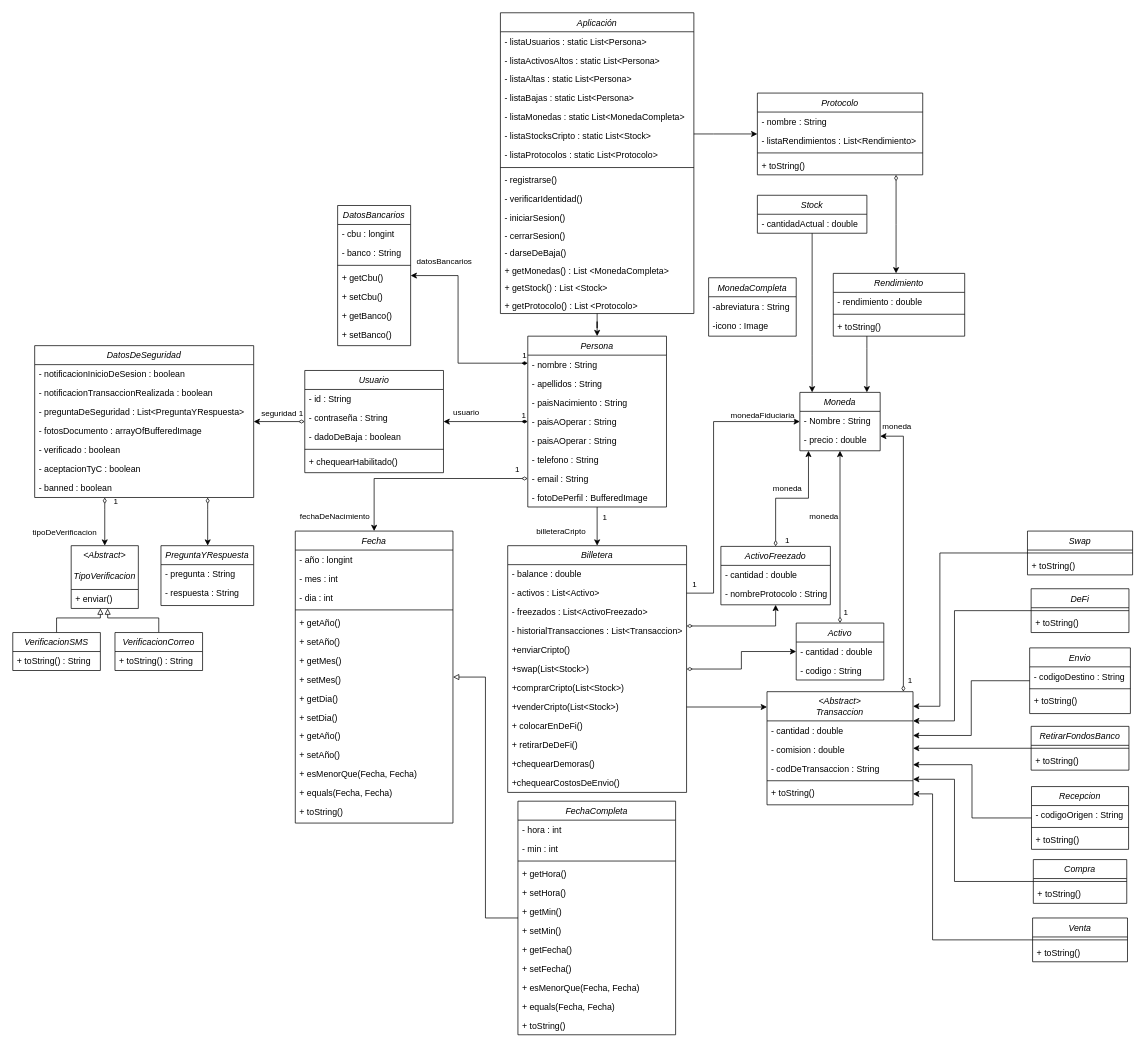
This is Diagrama.drawio from Faus142005/CriptoWallet, a draw.io file, before an edit. Source tidied: cells renumbered, new cells numbered last; positions are measured from the earlier drawing's top-left corner, leaving out a move shared by most shapes. Both pictures are drawn from the tidied source at 73%, with x=0, y=0 at pixel (12, 12).
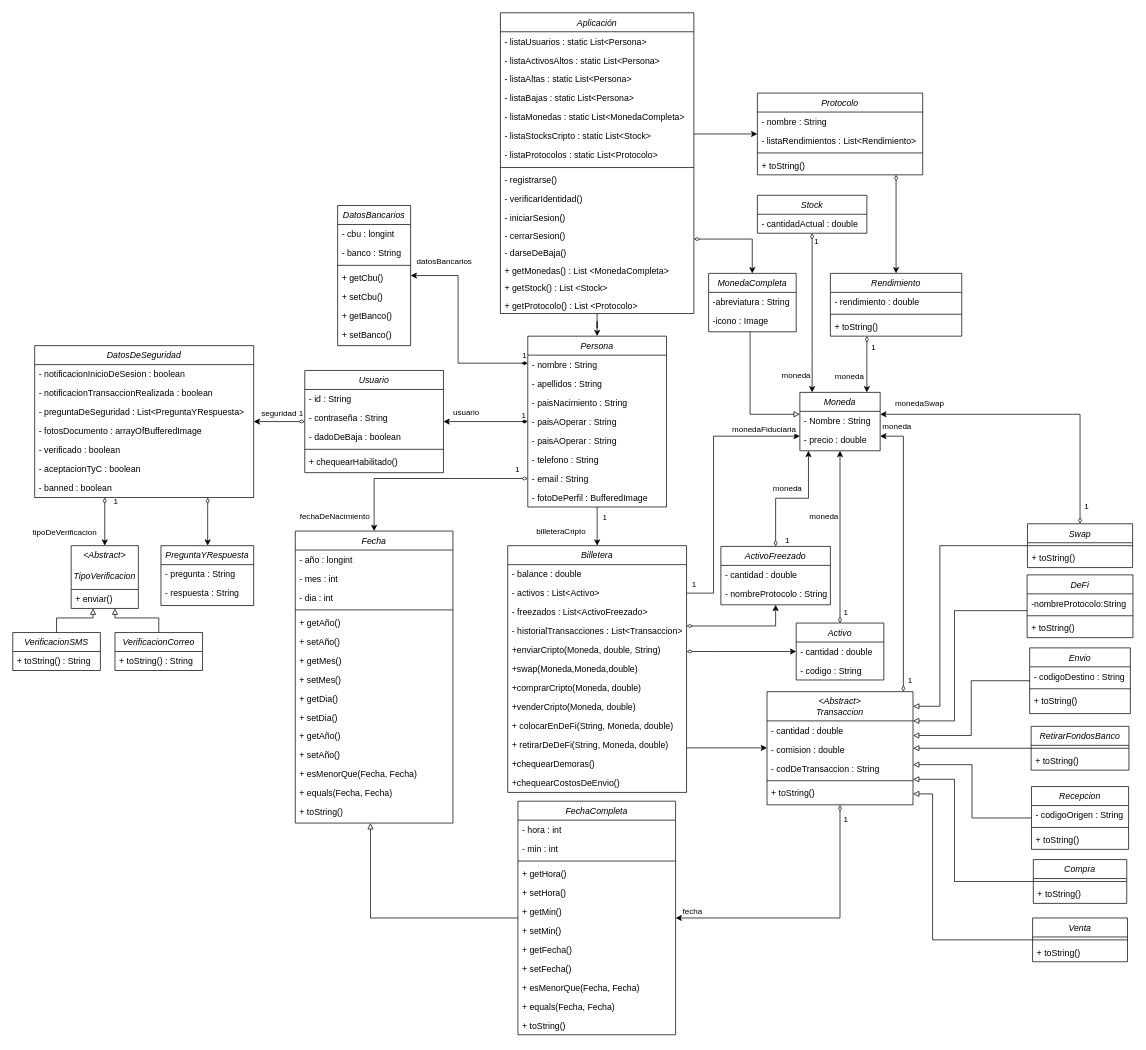
The same page after the edit.

The change refers to these unchanged cells:
```xml
<mxCell id="4" value="Aplicación" style="swimlane;fontStyle=2;align=center;verticalAlign=top;horizontal=1;startSize=26;rounded=0;shadow=0;strokeWidth=1;fontSize=12;" parent="1" vertex="1">
  <mxGeometry x="668" width="265" height="412" as="geometry" />
</mxCell>
<mxCell id="59" value="&lt;Abstract&gt;&#10;&#10;TipoVerificacion" style="swimlane;fontStyle=2;align=center;verticalAlign=top;horizontal=1;startSize=60;rounded=0;shadow=0;strokeWidth=1;fontSize=12;" parent="1" vertex="1">
  <mxGeometry x="80" y="730" width="92" height="86" as="geometry" />
</mxCell>
<mxCell id="62" value="VerificacionSMS" style="swimlane;fontStyle=2;align=center;verticalAlign=top;horizontal=1;startSize=26;rounded=0;shadow=0;strokeWidth=1;fontSize=12;" parent="1" vertex="1">
  <mxGeometry y="849" width="120" height="52" as="geometry" />
</mxCell>
<mxCell id="65" value="VerificacionCorreo" style="swimlane;fontStyle=2;align=center;verticalAlign=top;horizontal=1;startSize=26;rounded=0;shadow=0;strokeWidth=1;fontSize=12;labelBackgroundColor=default;" parent="1" vertex="1">
  <mxGeometry x="140" y="849" width="120" height="52" as="geometry" />
</mxCell>
<mxCell id="67" value="Moneda" style="swimlane;fontStyle=2;align=center;verticalAlign=top;horizontal=1;startSize=26;rounded=0;shadow=0;strokeWidth=1;" parent="1" vertex="1">
  <mxGeometry x="1078.2" y="520" width="110" height="80" as="geometry" />
</mxCell>
<mxCell id="75" value="Billetera" style="swimlane;fontStyle=2;align=center;verticalAlign=top;horizontal=1;startSize=26;rounded=0;shadow=0;strokeWidth=1;fontSize=12;" parent="1" vertex="1">
  <mxGeometry x="678" y="730" width="245" height="338" as="geometry" />
</mxCell>
<mxCell id="77" value="- activos : List&lt;Activo&gt;" style="text;align=left;verticalAlign=top;spacingLeft=4;spacingRight=4;overflow=hidden;points=[[0,0.5],[1,0.5]];portConstraint=eastwest;rounded=0;shadow=0;html=0;fontSize=12;" parent="75" vertex="1">
  <mxGeometry y="52" width="245" height="26" as="geometry" />
</mxCell>
<mxCell id="91" value="Activo" style="swimlane;fontStyle=2;align=center;verticalAlign=top;horizontal=1;startSize=26;rounded=0;shadow=0;strokeWidth=1;" parent="1" vertex="1">
  <mxGeometry x="1073.2" y="836" width="120" height="78" as="geometry" />
</mxCell>
<mxCell id="103" value="&lt;Abstract&gt;&#10;Transaccion" style="swimlane;fontStyle=2;align=center;verticalAlign=top;horizontal=1;startSize=40;rounded=0;shadow=0;strokeWidth=1;fontSize=12;" parent="1" vertex="1">
  <mxGeometry x="1033.2" y="930" width="200" height="155" as="geometry" />
</mxCell>
<mxCell id="109" value="Fecha" style="swimlane;fontStyle=2;align=center;verticalAlign=top;horizontal=1;startSize=26;rounded=0;shadow=0;strokeWidth=1;fontSize=12;" parent="1" vertex="1">
  <mxGeometry x="387" y="710" width="216" height="400" as="geometry" />
</mxCell>
<mxCell id="126" value="FechaCompleta" style="swimlane;fontStyle=2;align=center;verticalAlign=top;horizontal=1;startSize=26;rounded=0;shadow=0;strokeWidth=1;fontSize=12;" parent="1" vertex="1">
  <mxGeometry x="692" y="1080" width="216" height="320" as="geometry" />
</mxCell>
<mxCell id="151" value="Stock" style="swimlane;fontStyle=2;align=center;verticalAlign=top;horizontal=1;startSize=26;rounded=0;shadow=0;strokeWidth=1;fontSize=12;" parent="1" vertex="1">
  <mxGeometry x="1020" y="250" width="150" height="52" as="geometry" />
</mxCell>
<mxCell id="172" value="Compra" style="swimlane;fontStyle=2;align=center;verticalAlign=top;horizontal=1;startSize=26;rounded=0;shadow=0;strokeWidth=1;fontSize=12;" parent="1" vertex="1">
  <mxGeometry x="1398" y="1160" width="128" height="60" as="geometry" />
</mxCell>
<mxCell id="176" value="Venta" style="swimlane;fontStyle=2;align=center;verticalAlign=top;horizontal=1;startSize=26;rounded=0;shadow=0;strokeWidth=1;fontSize=12;" parent="1" vertex="1">
  <mxGeometry x="1397" y="1240" width="130" height="60" as="geometry" />
</mxCell>
<mxCell id="184" value="Envio" style="swimlane;fontStyle=2;align=center;verticalAlign=top;horizontal=1;startSize=26;rounded=0;shadow=0;strokeWidth=1;fontSize=12;" parent="1" vertex="1">
  <mxGeometry x="1393" y="870" width="138" height="90" as="geometry" />
</mxCell>
<mxCell id="189" value="Recepcion" style="swimlane;fontStyle=2;align=center;verticalAlign=top;horizontal=1;startSize=26;rounded=0;shadow=0;strokeWidth=1;fontSize=12;" parent="1" vertex="1">
  <mxGeometry x="1395.5" y="1060" width="133" height="86" as="geometry" />
</mxCell>
<mxCell id="198" value="RetirarFondosBanco" style="swimlane;fontStyle=2;align=center;verticalAlign=top;horizontal=1;startSize=26;rounded=0;shadow=0;strokeWidth=1;fontSize=12;" parent="1" vertex="1">
  <mxGeometry x="1395" y="977.5" width="134" height="60" as="geometry" />
</mxCell>
```

The edit, as a diff of the source:
```diff
@@
+    <mxCell id="201" style="edgeStyle=orthogonalEdgeStyle;rounded=0;jettySize=auto;html=1;startArrow=diamondThin;startFill=0;" parent="1" edge="1" source="4" target="70">
+      <mxGeometry relative="1" as="geometry">
+        <Array as="points">
+          <mxPoint x="1013" y="310" />
+        </Array>
+      </mxGeometry>
+    </mxCell>
@@
     <mxCell id="61" style="edgeStyle=orthogonalEdgeStyle;rounded=0;jettySize=auto;html=1;endArrow=block;endFill=0;" parent="1" edge="1" source="62" target="59">
       <mxGeometry relative="1" as="geometry">
         <Array as="points">
           <mxPoint x="60" y="829" />
-          <mxPoint x="120" y="829" />
+          <mxPoint x="110" y="829" />
         </Array>
       </mxGeometry>
     </mxCell>
@@
     <mxCell id="64" style="edgeStyle=orthogonalEdgeStyle;rounded=0;jettySize=auto;html=1;endArrow=block;endFill=0;" parent="1" edge="1" source="65" target="59">
       <mxGeometry relative="1" as="geometry">
         <Array as="points">
           <mxPoint x="200" y="829" />
-          <mxPoint x="130" y="829" />
+          <mxPoint x="140" y="829" />
         </Array>
       </mxGeometry>
     </mxCell>
@@
+    <mxCell id="202" style="edgeStyle=orthogonalEdgeStyle;rounded=0;jettySize=auto;html=1;endArrow=block;endFill=0;" parent="1" edge="1" source="70" target="67">
+      <mxGeometry relative="1" as="geometry">
+        <Array as="points">
+          <mxPoint x="1010" y="550" />
+        </Array>
+      </mxGeometry>
+    </mxCell>
     <mxCell id="70" value="MonedaCompleta" style="swimlane;fontStyle=2;align=center;verticalAlign=top;horizontal=1;startSize=26;rounded=0;shadow=0;strokeWidth=1;" parent="1" vertex="1">
-      <mxGeometry x="953.2" y="363" width="120" height="80" as="geometry" />
+      <mxGeometry x="953.2" y="357" width="120" height="80" as="geometry" />
     </mxCell>
@@
     <mxCell id="73" style="edgeStyle=orthogonalEdgeStyle;rounded=0;jettySize=auto;html=1;startArrow=diamondThin;startFill=0;" parent="1" edge="1" source="75" target="91">
-      <mxGeometry relative="1" as="geometry" />
+      <mxGeometry relative="1" as="geometry">
+        <Array as="points">
+          <mxPoint x="960" y="875" />
+          <mxPoint x="960" y="875" />
+        </Array>
+      </mxGeometry>
     </mxCell>
@@
-    <mxCell id="80" value="+enviarCripto()" style="text;align=left;verticalAlign=top;spacingLeft=4;spacingRight=4;overflow=hidden;rounded=0;shadow=0;html=0;fontSize=12;" parent="75" vertex="1">
+    <mxCell id="80" value="+enviarCripto(Moneda, double, String)" style="text;align=left;verticalAlign=top;spacingLeft=4;spacingRight=4;overflow=hidden;rounded=0;shadow=0;html=0;fontSize=12;" parent="75" vertex="1">
       <mxGeometry y="130" width="245" height="26" as="geometry" />
     </mxCell>
-    <mxCell id="81" value="+swap(List&lt;Stock&gt;)" style="text;align=left;verticalAlign=top;spacingLeft=4;spacingRight=4;overflow=hidden;rounded=0;shadow=0;html=0;fontSize=12;" parent="75" vertex="1">
+    <mxCell id="81" value="+swap(Moneda,Moneda,double)" style="text;align=left;verticalAlign=top;spacingLeft=4;spacingRight=4;overflow=hidden;rounded=0;shadow=0;html=0;fontSize=12;" parent="75" vertex="1">
       <mxGeometry y="156" width="245" height="26" as="geometry" />
     </mxCell>
-    <mxCell id="82" value="+comprarCripto(List&lt;Stock&gt;)" style="text;align=left;verticalAlign=top;spacingLeft=4;spacingRight=4;overflow=hidden;rounded=0;shadow=0;html=0;fontSize=12;" parent="75" vertex="1">
+    <mxCell id="82" value="+comprarCripto(Moneda, double)" style="text;align=left;verticalAlign=top;spacingLeft=4;spacingRight=4;overflow=hidden;rounded=0;shadow=0;html=0;fontSize=12;" parent="75" vertex="1">
       <mxGeometry y="182" width="245" height="26" as="geometry" />
     </mxCell>
-    <mxCell id="83" value="+venderCripto(List&lt;Stock&gt;)" style="text;align=left;verticalAlign=top;spacingLeft=4;spacingRight=4;overflow=hidden;points=[[0,0.5],[1,0.5]];portConstraint=eastwest;rounded=0;shadow=0;html=0;fontSize=12;" parent="75" vertex="1">
+    <mxCell id="83" value="+venderCripto(Moneda, double)" style="text;align=left;verticalAlign=top;spacingLeft=4;spacingRight=4;overflow=hidden;points=[[0,0.5],[1,0.5]];portConstraint=eastwest;rounded=0;shadow=0;html=0;fontSize=12;" parent="75" vertex="1">
       <mxGeometry y="208" width="245" height="26" as="geometry" />
     </mxCell>
-    <mxCell id="84" value="+ colocarEnDeFi()" style="text;align=left;verticalAlign=top;spacingLeft=4;spacingRight=4;overflow=hidden;rounded=0;shadow=0;html=0;fontSize=12;" parent="75" vertex="1">
+    <mxCell id="84" value="+ colocarEnDeFi(String, Moneda, double)" style="text;align=left;verticalAlign=top;spacingLeft=4;spacingRight=4;overflow=hidden;rounded=0;shadow=0;html=0;fontSize=12;" parent="75" vertex="1">
       <mxGeometry y="234" width="245" height="26" as="geometry" />
     </mxCell>
-    <mxCell id="85" value="+ retirarDeDeFi()" style="text;align=left;verticalAlign=top;spacingLeft=4;spacingRight=4;overflow=hidden;rounded=0;shadow=0;html=0;fontSize=12;" parent="75" vertex="1">
+    <mxCell id="85" value="+ retirarDeDeFi(String, Moneda, double)" style="text;align=left;verticalAlign=top;spacingLeft=4;spacingRight=4;overflow=hidden;rounded=0;shadow=0;html=0;fontSize=12;" parent="75" vertex="1">
       <mxGeometry y="260" width="245" height="26" as="geometry" />
     </mxCell>
@@
+    <mxCell id="203" style="edgeStyle=orthogonalEdgeStyle;rounded=0;jettySize=auto;html=1;startArrow=diamondThin;startFill=0;" parent="1" edge="1" source="103" target="126">
+      <mxGeometry relative="1" as="geometry">
+        <Array as="points">
+          <mxPoint x="1133" y="1240" />
+        </Array>
+      </mxGeometry>
+    </mxCell>
+    <mxCell id="204" value="1" style="edgeLabel;html=1;align=center;verticalAlign=middle;" parent="203" vertex="1">
+      <mxGeometry x="-0.88" y="-1" relative="1" as="geometry">
+        <mxPoint x="8" y="-4" as="offset" />
+      </mxGeometry>
+    </mxCell>
+    <mxCell id="205" value="fecha" style="edgeLabel;html=1;align=center;verticalAlign=middle;" parent="203" vertex="1">
+      <mxGeometry x="0.79" relative="1" as="geometry">
+        <mxPoint x="-18" y="-10" as="offset" />
+      </mxGeometry>
+    </mxCell>
@@
     <mxCell id="125" style="edgeStyle=orthogonalEdgeStyle;rounded=0;jettySize=auto;html=1;endArrow=block;endFill=0;" parent="1" edge="1" source="126" target="109">
-      <mxGeometry relative="1" as="geometry" />
+      <mxGeometry relative="1" as="geometry">
+        <Array as="points">
+          <mxPoint x="490" y="1240" />
+        </Array>
+      </mxGeometry>
     </mxCell>
@@
-    <mxCell id="145" style="edgeStyle=orthogonalEdgeStyle;rounded=0;jettySize=auto;html=1;" parent="1" edge="1" source="146" target="67">
+    <mxCell id="145" style="edgeStyle=orthogonalEdgeStyle;rounded=0;jettySize=auto;html=1;startArrow=diamondThin;startFill=0;" parent="1" edge="1" source="146" target="67">
       <mxGeometry relative="1" as="geometry">
         <Array as="points">
           <mxPoint x="1170" y="460" />
           <mxPoint x="1170" y="460" />
         </Array>
       </mxGeometry>
     </mxCell>
+    <mxCell id="206" value="moneda" style="edgeLabel;html=1;align=center;verticalAlign=middle;" parent="145" vertex="1">
+      <mxGeometry x="-0.22" y="1" relative="1" as="geometry">
+        <mxPoint x="-26" y="24" as="offset" />
+      </mxGeometry>
+    </mxCell>
+    <mxCell id="207" value="1" style="edgeLabel;html=1;align=center;verticalAlign=middle;" parent="145" vertex="1">
+      <mxGeometry x="-0.37" y="1" relative="1" as="geometry">
+        <mxPoint x="7" y="-10" as="offset" />
+      </mxGeometry>
+    </mxCell>
     <mxCell id="146" value="Rendimiento" style="swimlane;fontStyle=2;align=center;verticalAlign=top;horizontal=1;startSize=26;rounded=0;shadow=0;strokeWidth=1;fontSize=12;" parent="1" vertex="1">
-      <mxGeometry x="1124" y="357" width="180" height="86" as="geometry" />
+      <mxGeometry x="1120" y="357" width="180" height="86" as="geometry" />
     </mxCell>
@@
-    <mxCell id="150" style="edgeStyle=orthogonalEdgeStyle;rounded=0;jettySize=auto;html=1;" parent="1" edge="1" source="151" target="67">
+    <mxCell id="150" style="edgeStyle=orthogonalEdgeStyle;rounded=0;jettySize=auto;html=1;startArrow=diamondThin;startFill=0;" parent="1" edge="1" source="151" target="67">
       <mxGeometry relative="1" as="geometry">
         <Array as="points">
           <mxPoint x="1095" y="470" />
           <mxPoint x="1095" y="470" />
         </Array>
       </mxGeometry>
     </mxCell>
+    <mxCell id="208" value="1" style="edgeLabel;html=1;align=center;verticalAlign=middle;" parent="150" vertex="1">
+      <mxGeometry x="-0.67" relative="1" as="geometry">
+        <mxPoint x="5" y="-26" as="offset" />
+      </mxGeometry>
+    </mxCell>
+    <mxCell id="209" value="moneda" style="edgeLabel;html=1;align=center;verticalAlign=middle;" parent="150" vertex="1">
+      <mxGeometry x="0.76" y="-2" relative="1" as="geometry">
+        <mxPoint x="-21" y="2" as="offset" />
+      </mxGeometry>
+    </mxCell>
@@
     <mxCell id="167" style="edgeStyle=orthogonalEdgeStyle;rounded=0;jettySize=auto;html=1;exitX=1;exitY=0.5;exitDx=0;exitDy=0;" parent="1" edge="1" source="77" target="67">
       <mxGeometry relative="1" as="geometry">
         <Array as="points">
           <mxPoint x="960" y="795" />
-          <mxPoint x="960" y="560" />
+          <mxPoint x="960" y="580" />
         </Array>
       </mxGeometry>
     </mxCell>
@@
-    <mxCell id="170" style="edgeStyle=orthogonalEdgeStyle;rounded=0;jettySize=auto;html=1;startArrow=none;startFill=0;" parent="1" edge="1" source="83" target="103">
+    <mxCell id="170" style="edgeStyle=orthogonalEdgeStyle;rounded=0;jettySize=auto;html=1;startArrow=none;startFill=0;" parent="1" edge="1" source="75" target="103">
       <mxGeometry relative="1" as="geometry">
         <Array as="points">
-          <mxPoint x="1139" y="950" />
+          <mxPoint x="950" y="1007" />
+          <mxPoint x="950" y="1007" />
         </Array>
       </mxGeometry>
     </mxCell>
-    <mxCell id="171" style="edgeStyle=orthogonalEdgeStyle;rounded=0;jettySize=auto;html=1;" parent="1" edge="1" source="172" target="103">
+    <mxCell id="171" style="edgeStyle=orthogonalEdgeStyle;rounded=0;jettySize=auto;html=1;endArrow=block;endFill=0;" parent="1" edge="1" source="172" target="103">
       <mxGeometry relative="1" as="geometry">
         <Array as="points">
           <mxPoint x="1290" y="1190" />
           <mxPoint x="1290" y="1050" />
         </Array>
       </mxGeometry>
     </mxCell>
@@
-    <mxCell id="175" style="edgeStyle=orthogonalEdgeStyle;rounded=0;jettySize=auto;html=1;" parent="1" edge="1" source="176" target="103">
+    <mxCell id="175" style="edgeStyle=orthogonalEdgeStyle;rounded=0;jettySize=auto;html=1;endArrow=block;endFill=0;" parent="1" edge="1" source="176" target="103">
       <mxGeometry relative="1" as="geometry">
         <Array as="points">
           <mxPoint x="1260" y="1270" />
           <mxPoint x="1260" y="1070" />
         </Array>
       </mxGeometry>
     </mxCell>
@@
-    <mxCell id="179" style="edgeStyle=orthogonalEdgeStyle;rounded=0;jettySize=auto;html=1;" parent="1" edge="1" source="180" target="103">
+    <mxCell id="179" style="edgeStyle=orthogonalEdgeStyle;rounded=0;jettySize=auto;html=1;endArrow=block;endFill=0;" parent="1" edge="1" source="180" target="103">
       <mxGeometry relative="1" as="geometry">
         <Array as="points">
-          <mxPoint x="1270" y="740" />
+          <mxPoint x="1270" y="730" />
           <mxPoint x="1270" y="950" />
         </Array>
       </mxGeometry>
     </mxCell>
+    <mxCell id="210" style="edgeStyle=orthogonalEdgeStyle;rounded=0;jettySize=auto;html=1;startArrow=diamondThin;startFill=0;" parent="1" edge="1" source="180" target="67">
+      <mxGeometry relative="1" as="geometry">
+        <Array as="points">
+          <mxPoint x="1462" y="550" />
+        </Array>
+      </mxGeometry>
+    </mxCell>
+    <mxCell id="211" value="monedaSwap" style="edgeLabel;html=1;align=center;verticalAlign=middle;" parent="210" vertex="1">
+      <mxGeometry x="0.75" y="-2" relative="1" as="geometry">
+        <mxPoint y="-14" as="offset" />
+      </mxGeometry>
+    </mxCell>
+    <mxCell id="212" value="1" style="edgeLabel;html=1;align=center;verticalAlign=middle;" parent="210" vertex="1">
+      <mxGeometry x="-0.88" y="-1" relative="1" as="geometry">
+        <mxPoint x="7" as="offset" />
+      </mxGeometry>
+    </mxCell>
     <mxCell id="180" value="Swap" style="swimlane;fontStyle=2;align=center;verticalAlign=top;horizontal=1;startSize=26;rounded=0;shadow=0;strokeWidth=1;fontSize=12;" parent="1" vertex="1">
-      <mxGeometry x="1390" y="710" width="144" height="60" as="geometry" />
+      <mxGeometry x="1390" y="700" width="144" height="60" as="geometry" />
     </mxCell>
@@
-    <mxCell id="183" style="edgeStyle=orthogonalEdgeStyle;rounded=0;jettySize=auto;html=1;" parent="1" edge="1" source="184" target="103">
+    <mxCell id="183" style="edgeStyle=orthogonalEdgeStyle;rounded=0;jettySize=auto;html=1;endArrow=block;endFill=0;" parent="1" edge="1" source="184" target="103">
       <mxGeometry relative="1" as="geometry">
         <Array as="points">
           <mxPoint x="1313" y="915" />
           <mxPoint x="1313" y="990" />
         </Array>
       </mxGeometry>
     </mxCell>
@@
-    <mxCell id="188" style="edgeStyle=orthogonalEdgeStyle;rounded=0;jettySize=auto;html=1;" parent="1" edge="1" source="189" target="103">
+    <mxCell id="188" style="edgeStyle=orthogonalEdgeStyle;rounded=0;jettySize=auto;html=1;endArrow=block;endFill=0;" parent="1" edge="1" source="189" target="103">
       <mxGeometry relative="1" as="geometry">
         <Array as="points">
           <mxPoint x="1314" y="1103" />
           <mxPoint x="1314" y="1030" />
         </Array>
       </mxGeometry>
     </mxCell>
@@
-    <mxCell id="193" style="edgeStyle=orthogonalEdgeStyle;rounded=0;jettySize=auto;html=1;" parent="1" edge="1" source="194" target="103">
+    <mxCell id="193" style="edgeStyle=orthogonalEdgeStyle;rounded=0;jettySize=auto;html=1;endArrow=block;endFill=0;" parent="1" edge="1" source="194" target="103">
       <mxGeometry relative="1" as="geometry">
         <Array as="points">
           <mxPoint x="1290" y="819" />
           <mxPoint x="1290" y="970" />
         </Array>
       </mxGeometry>
     </mxCell>
     <mxCell id="194" value="DeFi" style="swimlane;fontStyle=2;align=center;verticalAlign=top;horizontal=1;startSize=26;rounded=0;shadow=0;strokeWidth=1;fontSize=12;" parent="1" vertex="1">
-      <mxGeometry x="1395" y="789" width="134" height="60" as="geometry" />
+      <mxGeometry x="1389.5" y="770" width="145" height="86" as="geometry" />
     </mxCell>
+    <mxCell id="213" value="-nombreProtocolo:String" style="text;align=left;verticalAlign=top;spacingLeft=4;spacingRight=4;overflow=hidden;rounded=0;shadow=0;html=0;fontSize=12;" parent="194" vertex="1">
+      <mxGeometry y="26" width="145" height="26" as="geometry" />
+    </mxCell>
     <mxCell id="195" style="line;html=1;strokeWidth=1;align=left;verticalAlign=middle;spacingTop=-1;spacingLeft=3;spacingRight=3;labelPosition=right;fontSize=12;" parent="194" vertex="1">
-      <mxGeometry y="26" width="134" height="8" as="geometry" />
+      <mxGeometry y="52" width="145" height="8" as="geometry" />
     </mxCell>
     <mxCell id="196" value="+ toString()" style="text;align=left;verticalAlign=top;spacingLeft=4;spacingRight=4;overflow=hidden;rounded=0;shadow=0;html=0;fontSize=12;" parent="194" vertex="1">
-      <mxGeometry y="34" width="134" height="26" as="geometry" />
+      <mxGeometry y="60" width="145" height="26" as="geometry" />
     </mxCell>
-    <mxCell id="197" style="edgeStyle=orthogonalEdgeStyle;rounded=0;jettySize=auto;html=1;" parent="1" edge="1" source="198" target="103">
+    <mxCell id="197" style="edgeStyle=orthogonalEdgeStyle;rounded=0;jettySize=auto;html=1;endArrow=block;endFill=0;" parent="1" edge="1" source="198" target="103">
       <mxGeometry relative="1" as="geometry" />
     </mxCell>
```
